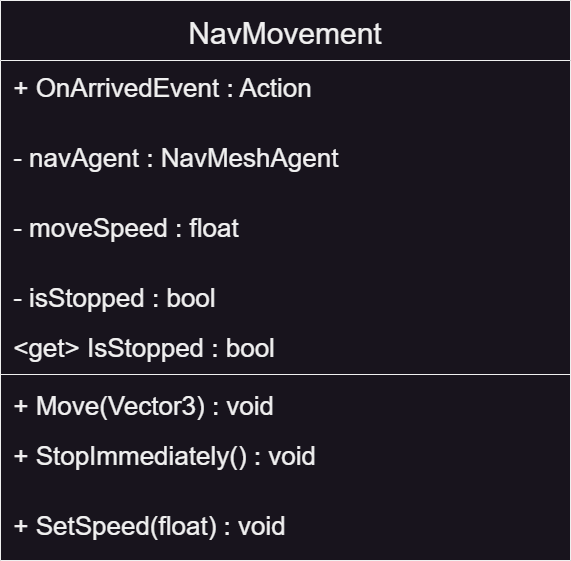
Before: UML/Modules/NavMovement.png, a diagram exported from draw.io (SEH00N/WakDefence). Source tidied: cells renumbered, new cells last; positions are measured from the earlier drawing's top-left corner, leaving out a move shared by most shapes.
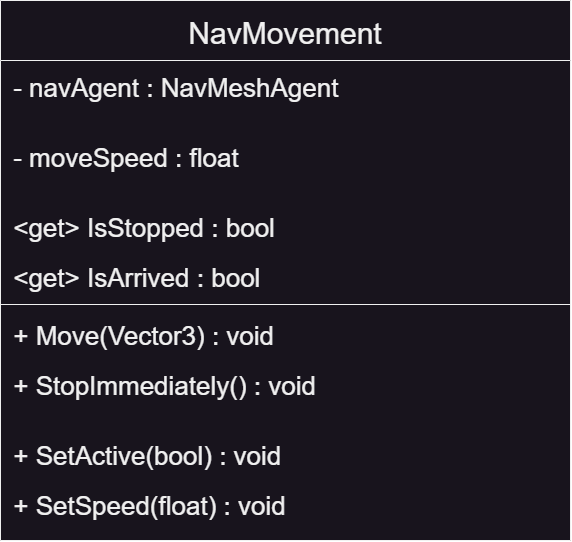
The same file after the commit.

Commit message:
implement uml

The edit, as a diff of the source:
```diff
@@ -3,46 +3,43 @@
     <mxCell id="0" />
     <mxCell id="1" parent="0" />
     <mxCell id="2" value="NavMovement" style="swimlane;fontStyle=0;align=center;verticalAlign=middle;horizontal=1;startSize=60;rounded=0;shadow=0;strokeWidth=1;spacingTop=0;spacingBottom=0;spacingRight=0;fillColor=#18141D;swimlaneFillColor=#18141D;fillStyle=solid;fontColor=#F0F0F0;strokeColor=#F0F0F0;fontSize=30;" parent="1" vertex="1">
-      <mxGeometry width="570" height="560" as="geometry" />
+      <mxGeometry width="570" height="540" as="geometry" />
     </mxCell>
-    <mxCell id="3" value=" + OnArrivedEvent : Action" style="text;align=left;verticalAlign=middle;spacingLeft=4;spacingRight=4;overflow=hidden;rounded=0;shadow=0;html=0;fontColor=#F0F0F0;fontSize=26;" parent="2" vertex="1">
-      <mxGeometry y="60" width="570" height="50" as="geometry" />
-    </mxCell>
-    <mxCell id="4" value=" " style="text;align=left;verticalAlign=middle;spacingLeft=4;spacingRight=4;overflow=hidden;rounded=0;shadow=0;html=0;fontSize=26;" parent="2" vertex="1">
-      <mxGeometry y="110" width="570" height="20" as="geometry" />
-    </mxCell>
     <mxCell id="5" value=" - navAgent : NavMeshAgent" style="text;align=left;verticalAlign=middle;spacingLeft=4;spacingRight=4;overflow=hidden;rounded=0;shadow=0;html=0;fontColor=#F0F0F0;fontSize=26;" parent="2" vertex="1">
-      <mxGeometry y="130" width="570" height="50" as="geometry" />
+      <mxGeometry y="60" width="570" height="50" as="geometry" />
     </mxCell>
     <mxCell id="6" value=" " style="text;align=left;verticalAlign=middle;spacingLeft=4;spacingRight=4;overflow=hidden;rounded=0;shadow=0;html=0;fontSize=26;" parent="2" vertex="1">
-      <mxGeometry y="180" width="570" height="20" as="geometry" />
+      <mxGeometry y="110" width="570" height="20" as="geometry" />
     </mxCell>
     <mxCell id="7" value=" - moveSpeed : float" style="text;align=left;verticalAlign=middle;spacingLeft=4;spacingRight=4;overflow=hidden;rounded=0;shadow=0;html=0;fontColor=#F0F0F0;fontSize=26;" parent="2" vertex="1">
-      <mxGeometry y="200" width="570" height="50" as="geometry" />
+      <mxGeometry y="130" width="570" height="50" as="geometry" />
     </mxCell>
     <mxCell id="8" value=" " style="text;align=left;verticalAlign=middle;spacingLeft=4;spacingRight=4;overflow=hidden;rounded=0;shadow=0;html=0;fontSize=26;" parent="2" vertex="1">
-      <mxGeometry y="250" width="570" height="20" as="geometry" />
+      <mxGeometry y="180" width="570" height="20" as="geometry" />
     </mxCell>
-    <mxCell id="9" value=" - isStopped : bool" style="text;align=left;verticalAlign=middle;spacingLeft=4;spacingRight=4;overflow=hidden;rounded=0;shadow=0;html=0;fontColor=#F0F0F0;fontSize=26;" parent="2" vertex="1">
-      <mxGeometry y="270" width="570" height="50" as="geometry" />
-    </mxCell>
     <mxCell id="10" value=" &lt;get&gt; IsStopped : bool" style="text;align=left;verticalAlign=middle;spacingLeft=4;spacingRight=4;overflow=hidden;rounded=0;shadow=0;html=0;fontColor=#F0F0F0;fontSize=26;" parent="2" vertex="1">
-      <mxGeometry y="320" width="570" height="50" as="geometry" />
+      <mxGeometry y="200" width="570" height="50" as="geometry" />
     </mxCell>
+    <mxCell id="16" value=" &lt;get&gt; IsArrived : bool" style="text;align=left;verticalAlign=middle;spacingLeft=4;spacingRight=4;overflow=hidden;rounded=0;shadow=0;html=0;fontColor=#F0F0F0;fontSize=26;" parent="2" vertex="1">
+      <mxGeometry y="250" width="570" height="50" as="geometry" />
+    </mxCell>
     <mxCell id="11" style="line;html=1;strokeWidth=1;align=left;verticalAlign=middle;spacingTop=-1;spacingLeft=3;spacingRight=3;labelPosition=right;strokeColor=#F0F0F0;fontSize=26;" parent="2" vertex="1">
-      <mxGeometry y="370" width="570" height="8" as="geometry" />
+      <mxGeometry y="300" width="570" height="8" as="geometry" />
     </mxCell>
     <mxCell id="12" value=" + Move(Vector3) : void" style="text;align=left;verticalAlign=middle;spacingLeft=4;spacingRight=4;overflow=hidden;rounded=0;shadow=0;html=0;fontColor=#F0F0F0;fontSize=26;" parent="2" vertex="1">
-      <mxGeometry y="378" width="570" height="50" as="geometry" />
+      <mxGeometry y="308" width="570" height="50" as="geometry" />
     </mxCell>
     <mxCell id="13" value=" + StopImmediately() : void" style="text;align=left;verticalAlign=middle;spacingLeft=4;spacingRight=4;overflow=hidden;rounded=0;shadow=0;html=0;fontColor=#F0F0F0;fontSize=26;" parent="2" vertex="1">
-      <mxGeometry y="428" width="570" height="50" as="geometry" />
+      <mxGeometry y="358" width="570" height="50" as="geometry" />
     </mxCell>
     <mxCell id="14" value=" " style="text;align=left;verticalAlign=middle;spacingLeft=4;spacingRight=4;overflow=hidden;rounded=0;shadow=0;html=0;fontSize=26;" parent="2" vertex="1">
-      <mxGeometry y="478" width="570" height="20" as="geometry" />
+      <mxGeometry y="408" width="570" height="20" as="geometry" />
     </mxCell>
-    <mxCell id="15" value=" + SetSpeed(float) : void" style="text;align=left;verticalAlign=middle;spacingLeft=4;spacingRight=4;overflow=hidden;rounded=0;shadow=0;html=0;fontColor=#F0F0F0;fontSize=26;" parent="2" vertex="1">
-      <mxGeometry y="498" width="570" height="50" as="geometry" />
+    <mxCell id="15" value=" + SetActive(bool) : void" style="text;align=left;verticalAlign=middle;spacingLeft=4;spacingRight=4;overflow=hidden;rounded=0;shadow=0;html=0;fontColor=#F0F0F0;fontSize=26;" parent="2" vertex="1">
+      <mxGeometry y="428" width="570" height="50" as="geometry" />
     </mxCell>
+    <mxCell id="17" value=" + SetSpeed(float) : void" style="text;align=left;verticalAlign=middle;spacingLeft=4;spacingRight=4;overflow=hidden;rounded=0;shadow=0;html=0;fontColor=#F0F0F0;fontSize=26;" parent="2" vertex="1">
+      <mxGeometry y="478" width="570" height="50" as="geometry" />
+    </mxCell>
   </root>
 </mxGraphModel>
```
